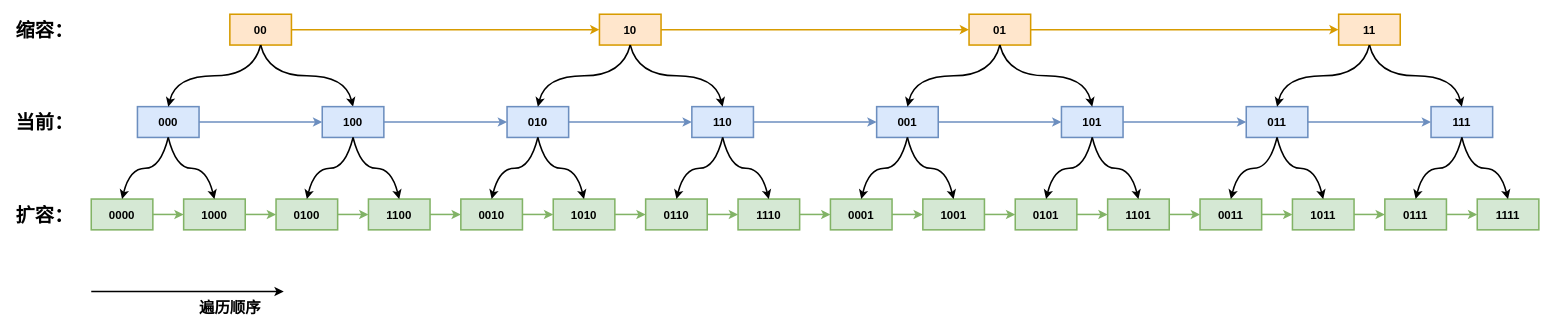
Before: redis/redis-scan.drawio in donscoco/diagrams, a draw.io diagram. Source tidied: cells renumbered, new cells numbered last; positions are measured from the earlier drawing's top-left corner, leaving out a move shared by most shapes. Both pictures are drawn from the tidied source at 77%, with x=0, y=0 at pixel (13, 14).
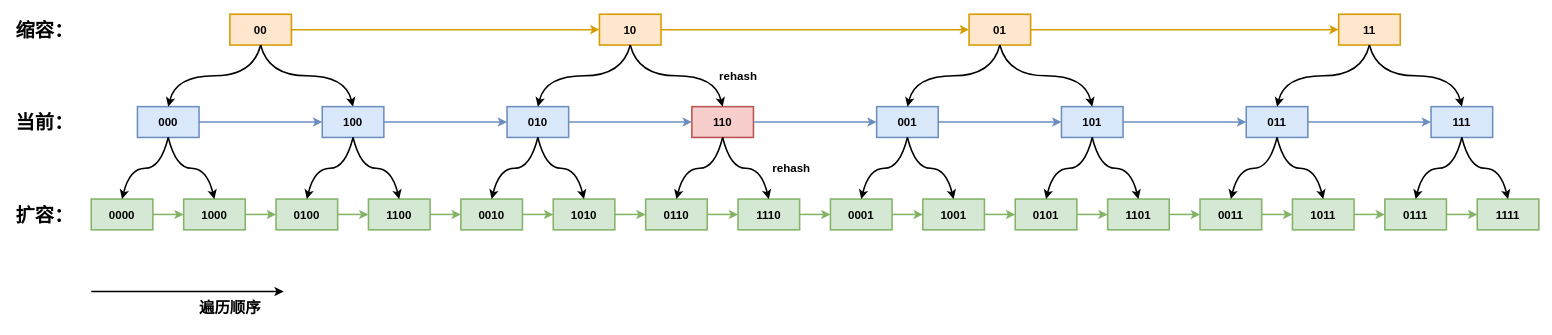
The same diagram, later.

What changed in the source:
```diff
@@
-    <mxCell id="46" value="110" style="rounded=0;whiteSpace=wrap;html=1;strokeWidth=2;fillWeight=4;hachureGap=8;hachureAngle=45;fillColor=#dae8fc;strokeColor=#6c8ebf;fontSize=15;fontStyle=1;" parent="1" vertex="1">
+    <mxCell id="46" value="110" style="rounded=0;whiteSpace=wrap;html=1;strokeWidth=2;fillWeight=4;hachureGap=8;hachureAngle=45;fillColor=#f8cecc;strokeColor=#b85450;fontSize=15;fontStyle=1;" parent="1" vertex="1">
       <mxGeometry x="881" y="120" width="80" height="40" as="geometry" />
     </mxCell>
@@
+    <mxCell id="84" value="rehash" style="text;strokeColor=none;fillColor=none;html=1;fontSize=15;fontStyle=1;verticalAlign=middle;align=center;" parent="1" vertex="1">
+      <mxGeometry x="970" y="180" width="79" height="40" as="geometry" />
+    </mxCell>
+    <mxCell id="85" value="rehash" style="text;strokeColor=none;fillColor=none;html=1;fontSize=15;fontStyle=1;verticalAlign=middle;align=center;" parent="1" vertex="1">
+      <mxGeometry x="901" y="60" width="79" height="40" as="geometry" />
+    </mxCell>
```
